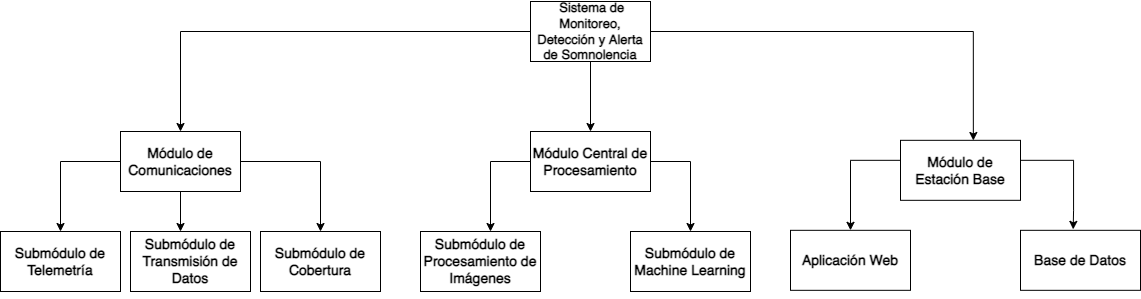
Earlier version of the draw.io export topdowngeneral.png (alangamboa97/TT). Source tidied: cells renumbered, new cells last; positions are measured from the earlier drawing's top-left corner, leaving out a move shared by most shapes.
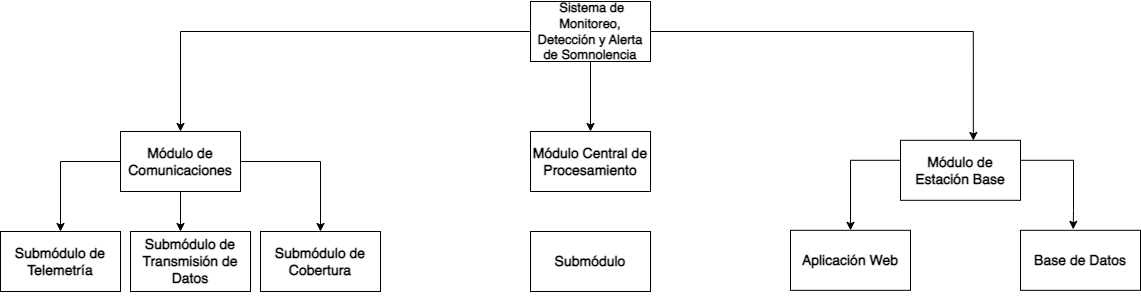
The same diagram one commit later.

Change to the diagram source:
```diff
@@ -14,21 +14,6 @@
     <mxCell id="5" value="&lt;b style=&quot;font-size: 13px;&quot;&gt;&amp;nbsp;Sistema de Monitoreo, Detección y Alerta de Somnolencia&lt;/b&gt;" style="rounded=0;whiteSpace=wrap;html=1;fontSize=13;" parent="1" vertex="1">
       <mxGeometry x="530" width="120" height="60" as="geometry" />
     </mxCell>
-    <mxCell id="6" style="edgeStyle=orthogonalEdgeStyle;rounded=0;jettySize=auto;html=1;fontSize=14;" parent="1" edge="1" source="8" target="19">
-      <mxGeometry relative="1" as="geometry">
-        <Array as="points">
-          <mxPoint x="490" y="160" />
-        </Array>
-      </mxGeometry>
-    </mxCell>
-    <mxCell id="7" style="edgeStyle=orthogonalEdgeStyle;rounded=0;jettySize=auto;html=1;entryX=0.5;entryY=0;entryDx=0;entryDy=0;fontSize=14;" parent="1" edge="1" source="8" target="20">
-      <mxGeometry relative="1" as="geometry">
-        <Array as="points">
-          <mxPoint x="690" y="160" />
-          <mxPoint x="690" y="230" />
-        </Array>
-      </mxGeometry>
-    </mxCell>
     <mxCell id="8" value="&lt;b style=&quot;font-size: 14px;&quot;&gt;Módulo Central de Procesamiento&lt;/b&gt;" style="rounded=0;whiteSpace=wrap;html=1;fontSize=14;" parent="1" vertex="1">
       <mxGeometry x="530" y="130" width="120" height="60" as="geometry" />
     </mxCell>
@@ -77,12 +62,6 @@
     <mxCell id="18" value="&lt;b style=&quot;font-size: 14px;&quot;&gt;Submódulo de Cobertura&lt;/b&gt;" style="rounded=0;whiteSpace=wrap;html=1;fontSize=14;" parent="1" vertex="1">
       <mxGeometry x="260" y="230" width="120" height="60" as="geometry" />
     </mxCell>
-    <mxCell id="19" value="&lt;b style=&quot;font-size: 14px;&quot;&gt;Submódulo de Procesamiento de Imágenes&lt;/b&gt;" style="rounded=0;whiteSpace=wrap;html=1;fontSize=14;" parent="1" vertex="1">
-      <mxGeometry x="420" y="230" width="120" height="60" as="geometry" />
-    </mxCell>
-    <mxCell id="20" value="&lt;b style=&quot;font-size: 14px;&quot;&gt;Submódulo de Machine Learning&lt;/b&gt;" style="rounded=0;whiteSpace=wrap;html=1;fontSize=14;" parent="1" vertex="1">
-      <mxGeometry x="630" y="230" width="120" height="60" as="geometry" />
-    </mxCell>
     <mxCell id="21" value="&lt;b style=&quot;font-size: 14px;&quot;&gt;Aplicación Web&lt;/b&gt;" style="rounded=0;whiteSpace=wrap;html=1;fontSize=14;" parent="1" vertex="1">
       <mxGeometry x="790" y="228.8" width="120" height="60" as="geometry" />
     </mxCell>
@@ -92,5 +71,8 @@
     <mxCell id="23" style="edgeStyle=orthogonalEdgeStyle;rounded=0;orthogonalLoop=1;jettySize=auto;html=1;exitX=0.5;exitY=1;exitDx=0;exitDy=0;fontSize=14;" parent="1" edge="1" source="21" target="21">
       <mxGeometry relative="1" as="geometry" />
     </mxCell>
+    <mxCell id="24" value="&lt;b&gt;Submódulo&lt;/b&gt;" style="rounded=0;whiteSpace=wrap;html=1;fontSize=14;" parent="1" vertex="1">
+      <mxGeometry x="530" y="230" width="120" height="60" as="geometry" />
+    </mxCell>
   </root>
 </mxGraphModel>
```
